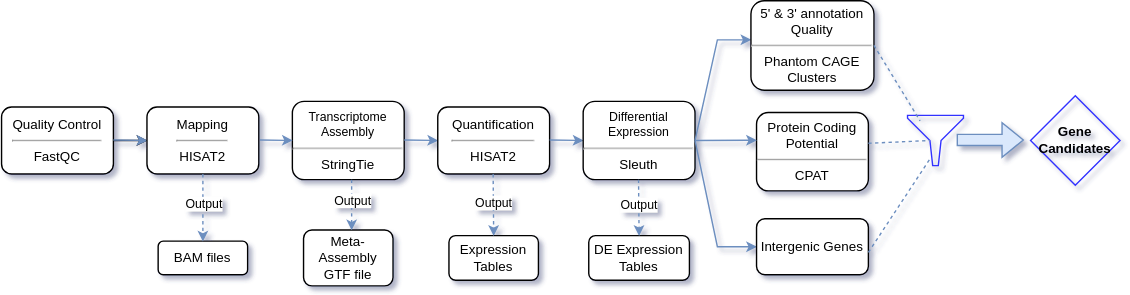
Above: data/flowchart.svg in thewayofknowing/lncRNA (draw.io), before the change. Source tidied: cells renumbered, new cells last; positions are measured from the earlier drawing's top-left corner, leaving out a move shared by most shapes. The source it was exported from:
```xml
<mxGraphModel>
  <root>
    <mxCell id="0" />
    <mxCell id="1" parent="0" />
    <mxCell id="2" style="edgeStyle=orthogonalEdgeStyle;rounded=0;jettySize=auto;html=1;fontSize=9;" parent="1" edge="1" source="3" target="5">
      <mxGeometry relative="1" as="geometry" />
    </mxCell>
    <mxCell id="3" value="Quality Control&lt;br&gt;&lt;hr&gt;FastQC" style="rounded=1;whiteSpace=wrap;html=1;" parent="1" vertex="1">
      <mxGeometry y="95" width="100" height="60" as="geometry" />
    </mxCell>
    <mxCell id="4" style="endArrow=classic;html=1;rounded=0;fillColor=#dae8fc;strokeColor=#6c8ebf;" parent="1" edge="1">
      <mxGeometry relative="1" as="geometry">
        <mxPoint x="100" y="124.5" as="sourcePoint" />
        <mxPoint x="130" y="125" as="targetPoint" />
      </mxGeometry>
    </mxCell>
    <mxCell id="5" value="Mapping&lt;br&gt;&lt;hr&gt;HISAT2" style="rounded=1;whiteSpace=wrap;html=1;" parent="1" vertex="1">
      <mxGeometry x="130" y="95" width="100" height="60" as="geometry" />
    </mxCell>
    <mxCell id="6" value="&lt;font style=&quot;font-size: 11px&quot;&gt;Transcriptome Assembly&lt;/font&gt;&lt;br&gt;&lt;hr&gt;StringTie" style="rounded=1;whiteSpace=wrap;html=1;" parent="1" vertex="1">
      <mxGeometry x="260" y="90" width="100" height="70" as="geometry" />
    </mxCell>
    <mxCell id="7" style="endArrow=classic;html=1;rounded=0;fillColor=#dae8fc;strokeColor=#6c8ebf;" parent="1" edge="1">
      <mxGeometry relative="1" as="geometry">
        <mxPoint x="360" y="124.5" as="sourcePoint" />
        <mxPoint x="390" y="125" as="targetPoint" />
      </mxGeometry>
    </mxCell>
    <mxCell id="8" style="endArrow=classic;html=1;rounded=0;fillColor=#dae8fc;strokeColor=#6c8ebf;" parent="1" edge="1">
      <mxGeometry relative="1" as="geometry">
        <mxPoint x="231" y="124.5" as="sourcePoint" />
        <mxPoint x="260" y="125" as="targetPoint" />
      </mxGeometry>
    </mxCell>
    <mxCell id="9" value="BAM files" style="rounded=1;whiteSpace=wrap;html=1;" parent="1" vertex="1">
      <mxGeometry x="140" y="215" width="80" height="30" as="geometry" />
    </mxCell>
    <mxCell id="10" style="endArrow=classic;html=1;rounded=0;dashed=1;exitX=0.5;exitY=1;exitDx=0;exitDy=0;fillColor=#dae8fc;strokeColor=#6c8ebf;" parent="1" edge="1" source="5">
      <mxGeometry relative="1" as="geometry">
        <mxPoint x="180" y="215" as="targetPoint" />
      </mxGeometry>
    </mxCell>
    <mxCell id="11" value="Output" style="edgeLabel;html=1;align=center;verticalAlign=middle;spacingLeft=1;spacingBottom=1;spacingRight=1;spacingTop=1;labelBorderColor=none;backgroundOutline=0;" parent="10" vertex="1">
      <mxGeometry relative="1" as="geometry">
        <mxPoint y="-4" as="offset" />
      </mxGeometry>
    </mxCell>
    <mxCell id="12" value="Meta-Assembly GTF file" style="rounded=1;whiteSpace=wrap;html=1;" parent="1" vertex="1">
      <mxGeometry x="270" y="205" width="80" height="50" as="geometry" />
    </mxCell>
    <mxCell id="13" style="endArrow=classic;html=1;rounded=0;dashed=1;fillColor=#dae8fc;strokeColor=#6c8ebf;" parent="1" edge="1">
      <mxGeometry relative="1" as="geometry">
        <mxPoint x="313" y="160" as="sourcePoint" />
        <mxPoint x="313" y="205" as="targetPoint" />
      </mxGeometry>
    </mxCell>
    <mxCell id="14" value="Output" style="edgeLabel;html=1;align=center;verticalAlign=middle;" parent="13" vertex="1">
      <mxGeometry relative="1" as="geometry">
        <mxPoint y="-4" as="offset" />
      </mxGeometry>
    </mxCell>
    <mxCell id="15" value="Quantification&lt;br&gt;&lt;hr&gt;HISAT2" style="rounded=1;whiteSpace=wrap;html=1;" parent="1" vertex="1">
      <mxGeometry x="390" y="95" width="100" height="60" as="geometry" />
    </mxCell>
    <mxCell id="16" value="Expression Tables" style="rounded=1;whiteSpace=wrap;html=1;" parent="1" vertex="1">
      <mxGeometry x="400" y="210" width="80" height="40" as="geometry" />
    </mxCell>
    <mxCell id="17" style="endArrow=classic;html=1;rounded=0;dashed=1;entryX=0.5;entryY=0;entryDx=0;entryDy=0;fillColor=#dae8fc;strokeColor=#6c8ebf;" parent="1" edge="1" target="16">
      <mxGeometry relative="1" as="geometry">
        <mxPoint x="439.5" y="155" as="sourcePoint" />
      </mxGeometry>
    </mxCell>
    <mxCell id="18" value="Output" style="edgeLabel;html=1;align=center;verticalAlign=middle;" parent="17" vertex="1">
      <mxGeometry relative="1" as="geometry">
        <mxPoint y="-2" as="offset" />
      </mxGeometry>
    </mxCell>
    <mxCell id="19" style="endArrow=classic;html=1;rounded=0;fillColor=#dae8fc;strokeColor=#6c8ebf;" parent="1" edge="1">
      <mxGeometry relative="1" as="geometry">
        <mxPoint x="490" y="124.5" as="sourcePoint" />
        <mxPoint x="520" y="125" as="targetPoint" />
      </mxGeometry>
    </mxCell>
    <mxCell id="20" value="&lt;font style=&quot;font-size: 11px&quot;&gt;Differential Expression&lt;/font&gt;&lt;br&gt;&lt;hr&gt;Sleuth" style="rounded=1;whiteSpace=wrap;html=1;" parent="1" vertex="1">
      <mxGeometry x="520" y="90" width="100" height="70" as="geometry" />
    </mxCell>
    <mxCell id="21" value="DE Expression Tables" style="rounded=1;whiteSpace=wrap;html=1;" parent="1" vertex="1">
      <mxGeometry x="525" y="210" width="90" height="40" as="geometry" />
    </mxCell>
    <mxCell id="22" style="endArrow=classic;html=1;rounded=0;dashed=1;entryX=0.5;entryY=0;entryDx=0;entryDy=0;fillColor=#dae8fc;strokeColor=#6c8ebf;" parent="1" edge="1" target="21">
      <mxGeometry relative="1" as="geometry">
        <mxPoint x="569.5" y="160" as="sourcePoint" />
      </mxGeometry>
    </mxCell>
    <mxCell id="23" value="Output" style="edgeLabel;html=1;align=center;verticalAlign=middle;" parent="22" vertex="1">
      <mxGeometry relative="1" as="geometry">
        <mxPoint y="-2" as="offset" />
      </mxGeometry>
    </mxCell>
    <mxCell id="24" style="endArrow=classic;html=1;rounded=0;fontSize=9;fillColor=#dae8fc;strokeColor=#6c8ebf;" parent="1" edge="1">
      <mxGeometry relative="1" as="geometry">
        <mxPoint x="620" y="125" as="sourcePoint" />
        <mxPoint x="670" y="35" as="targetPoint" />
        <Array as="points">
          <mxPoint x="640" y="35" />
        </Array>
      </mxGeometry>
    </mxCell>
    <mxCell id="25" style="sketch=0;shadow=0;dashed=0;html=1;strokeColor=#3333FF;labelPosition=center;verticalLabelPosition=bottom;verticalAlign=top;align=center;fillColor=none;shape=mxgraph.mscae.enterprise.filter;labelBorderColor=none;fontSize=9;" parent="1" vertex="1">
      <mxGeometry x="810" y="102.5" width="50" height="45" as="geometry" />
    </mxCell>
    <mxCell id="26" value="5' &amp;amp; 3' annotation Quality&lt;hr&gt;Phantom CAGE Clusters" style="rounded=1;whiteSpace=wrap;html=1;" parent="1" vertex="1">
      <mxGeometry x="670" width="110" height="80" as="geometry" />
    </mxCell>
    <mxCell id="27" style="endArrow=classic;html=1;rounded=0;fontSize=9;exitX=1;exitY=0.5;exitDx=0;exitDy=0;entryX=0;entryY=0.5;entryDx=0;entryDy=0;fillColor=#dae8fc;strokeColor=#6c8ebf;" parent="1" edge="1" source="20" target="28">
      <mxGeometry relative="1" as="geometry">
        <Array as="points">
          <mxPoint x="640" y="220" />
        </Array>
      </mxGeometry>
    </mxCell>
    <mxCell id="28" value="Intergenic Genes" style="rounded=1;whiteSpace=wrap;html=1;" parent="1" vertex="1">
      <mxGeometry x="675" y="195" width="100" height="50" as="geometry" />
    </mxCell>
    <mxCell id="29" value="Protein Coding Potential&lt;hr&gt;CPAT" style="rounded=1;whiteSpace=wrap;html=1;" parent="1" vertex="1">
      <mxGeometry x="675" y="100" width="100" height="70" as="geometry" />
    </mxCell>
    <mxCell id="30" style="endArrow=classic;html=1;rounded=0;fontSize=9;exitX=1;exitY=0.5;exitDx=0;exitDy=0;fillColor=#dae8fc;strokeColor=#6c8ebf;" parent="1" edge="1" source="20">
      <mxGeometry relative="1" as="geometry">
        <mxPoint x="675" y="124.8" as="targetPoint" />
      </mxGeometry>
    </mxCell>
    <mxCell id="31" style="endArrow=none;dashed=1;html=1;rounded=0;fontSize=9;fillColor=#dae8fc;strokeColor=#6c8ebf;" parent="1" edge="1">
      <mxGeometry relative="1" as="geometry">
        <mxPoint x="780" y="40" as="sourcePoint" />
        <mxPoint x="821.2" y="107.5" as="targetPoint" />
      </mxGeometry>
    </mxCell>
    <mxCell id="32" style="endArrow=none;dashed=1;html=1;rounded=0;fontSize=9;entryX=0.4;entryY=0.5;entryDx=0;entryDy=0;entryPerimeter=0;fillColor=#dae8fc;strokeColor=#6c8ebf;" parent="1" edge="1" target="25">
      <mxGeometry relative="1" as="geometry">
        <mxPoint x="775" y="127.5" as="sourcePoint" />
      </mxGeometry>
    </mxCell>
    <mxCell id="33" style="endArrow=none;dashed=1;html=1;rounded=0;fontSize=9;entryX=0.42;entryY=0.833;entryDx=0;entryDy=0;entryPerimeter=0;fillColor=#dae8fc;strokeColor=#6c8ebf;" parent="1" edge="1" target="25">
      <mxGeometry relative="1" as="geometry">
        <mxPoint x="775" y="225" as="sourcePoint" />
      </mxGeometry>
    </mxCell>
    <mxCell id="34" style="shape=flexArrow;endArrow=classic;html=1;rounded=0;fontSize=9;fillColor=#dae8fc;strokeColor=#6c8ebf;" parent="1" edge="1">
      <mxGeometry relative="1" as="geometry">
        <mxPoint x="854" y="124.5" as="sourcePoint" />
        <mxPoint x="914" y="124.5" as="targetPoint" />
      </mxGeometry>
    </mxCell>
    <mxCell id="35" value="&lt;font style=&quot;font-size: 12px&quot;&gt;&lt;b&gt;Gene Candidates&lt;/b&gt;&lt;/font&gt;" style="rhombus;whiteSpace=wrap;html=1;labelBorderColor=none;fontSize=9;strokeColor=#3333FF;fillColor=none;" parent="1" vertex="1">
      <mxGeometry x="920" y="85" width="80" height="80" as="geometry" />
    </mxCell>
  </root>
</mxGraphModel>
```
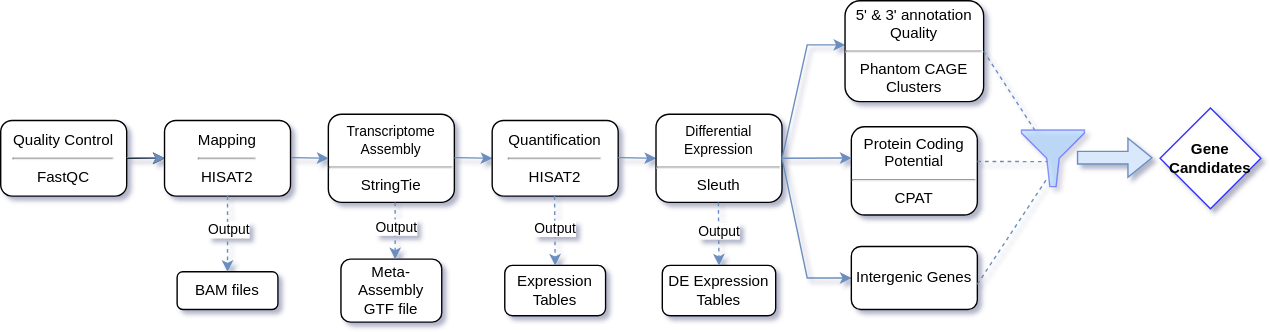
After the commit.

Change to the diagram source:
```diff
@@ -106,7 +106,7 @@
         </Array>
       </mxGeometry>
     </mxCell>
-    <mxCell id="25" style="sketch=0;shadow=0;dashed=0;html=1;strokeColor=#3333FF;labelPosition=center;verticalLabelPosition=bottom;verticalAlign=top;align=center;fillColor=none;shape=mxgraph.mscae.enterprise.filter;labelBorderColor=none;fontSize=9;" parent="1" vertex="1">
+    <mxCell id="25" style="sketch=0;shadow=0;dashed=0;html=1;strokeColor=#3333FF;labelPosition=center;verticalLabelPosition=bottom;verticalAlign=top;align=center;fillColor=#99CCFF;shape=mxgraph.mscae.enterprise.filter;labelBorderColor=none;fontSize=9;opacity=50;" parent="1" vertex="1">
       <mxGeometry x="810" y="102.5" width="50" height="45" as="geometry" />
     </mxCell>
     <mxCell id="26" value="5' &amp;amp; 3' annotation Quality&lt;hr&gt;Phantom CAGE Clusters" style="rounded=1;whiteSpace=wrap;html=1;" parent="1" vertex="1">
@@ -130,13 +130,12 @@
         <mxPoint x="675" y="124.8" as="targetPoint" />
       </mxGeometry>
     </mxCell>
-    <mxCell id="31" style="endArrow=none;dashed=1;html=1;rounded=0;fontSize=9;fillColor=#dae8fc;strokeColor=#6c8ebf;" parent="1" edge="1">
+    <mxCell id="31" style="endArrow=none;dashed=1;html=1;rounded=0;fontSize=9;fillColor=#dae8fc;strokeColor=#6c8ebf;" parent="1" edge="1" target="25">
       <mxGeometry relative="1" as="geometry">
         <mxPoint x="780" y="40" as="sourcePoint" />
-        <mxPoint x="821.2" y="107.5" as="targetPoint" />
       </mxGeometry>
     </mxCell>
-    <mxCell id="32" style="endArrow=none;dashed=1;html=1;rounded=0;fontSize=9;entryX=0.4;entryY=0.5;entryDx=0;entryDy=0;entryPerimeter=0;fillColor=#dae8fc;strokeColor=#6c8ebf;" parent="1" edge="1" target="25">
+    <mxCell id="32" style="endArrow=none;dashed=1;html=1;rounded=0;fontSize=9;fillColor=#dae8fc;strokeColor=#6c8ebf;entryX=0.413;entryY=0.559;entryDx=0;entryDy=0;entryPerimeter=0;" parent="1" edge="1" target="25">
       <mxGeometry relative="1" as="geometry">
         <mxPoint x="775" y="127.5" as="sourcePoint" />
       </mxGeometry>
@@ -152,7 +151,7 @@
         <mxPoint x="914" y="124.5" as="targetPoint" />
       </mxGeometry>
     </mxCell>
-    <mxCell id="35" value="&lt;font style=&quot;font-size: 12px&quot;&gt;&lt;b&gt;Gene Candidates&lt;/b&gt;&lt;/font&gt;" style="rhombus;whiteSpace=wrap;html=1;labelBorderColor=none;fontSize=9;strokeColor=#3333FF;fillColor=none;" parent="1" vertex="1">
+    <mxCell id="35" value="&lt;font style=&quot;font-size: 12px&quot;&gt;&lt;b&gt;Gene Candidates&lt;/b&gt;&lt;/font&gt;" style="rhombus;whiteSpace=wrap;html=1;labelBorderColor=none;fontSize=9;strokeColor=#3333FF;fillColor=default;" parent="1" vertex="1">
       <mxGeometry x="920" y="85" width="80" height="80" as="geometry" />
     </mxCell>
   </root>
```
